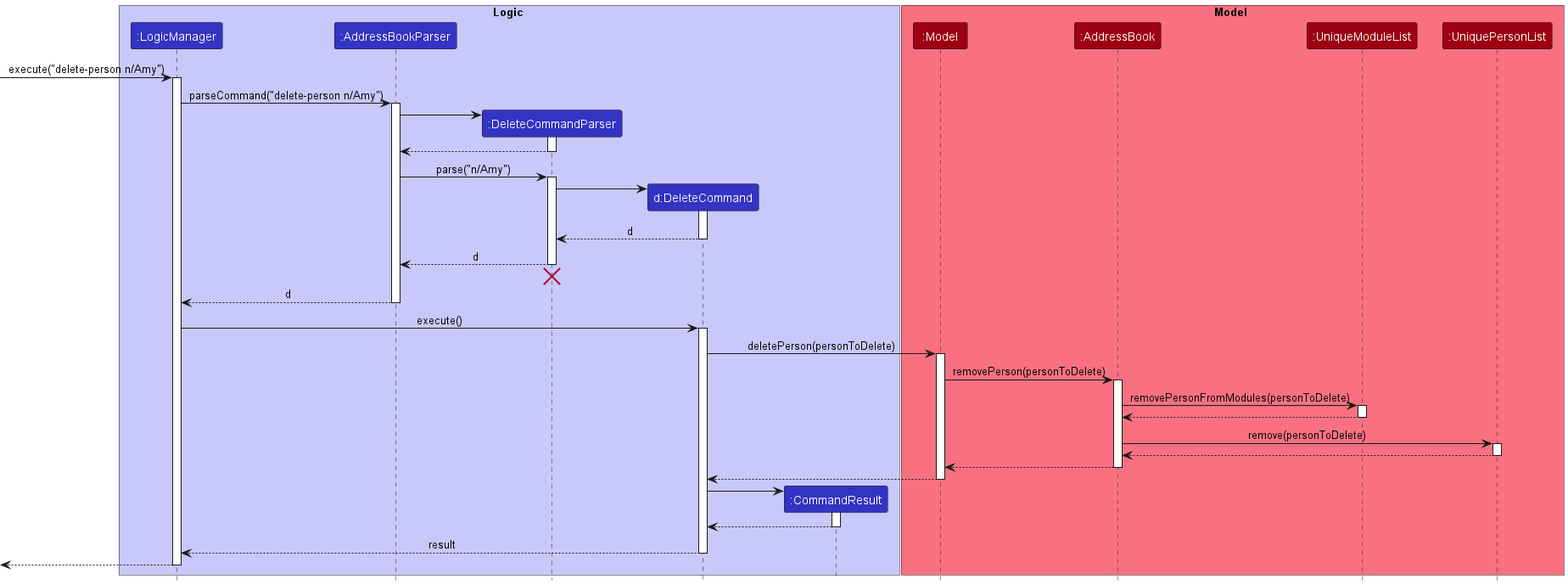
nus-cs2103-AY2223S1/tp keeps this PlantUML diagram as docs/images/DeletePersonSequenceDiagram.png. Above is the earlier version.
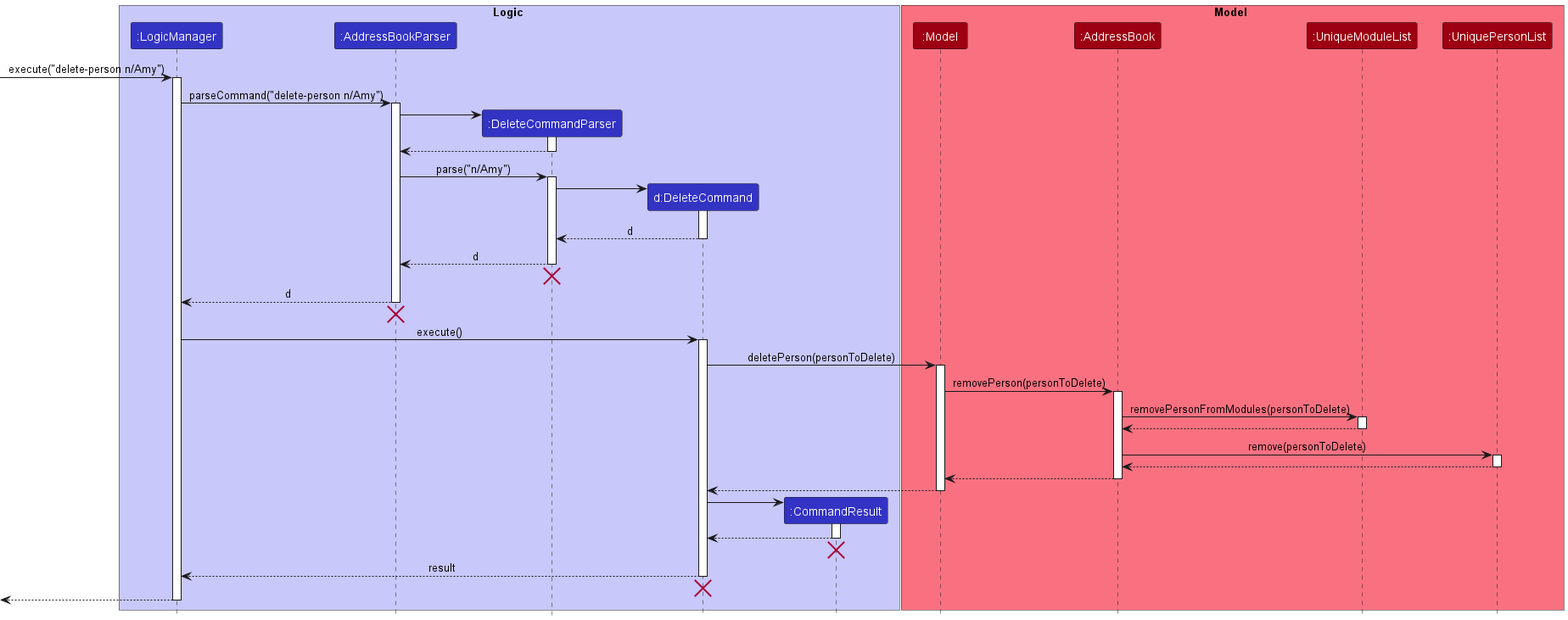
After the commit.

What changed in the source:
```diff
@@ -46,6 +46,8 @@
 
 AddressBookParser --> LogicManager : d
 deactivate AddressBookParser
+AddressBookParser -[hidden]-> LogicManager
+destroy AddressBookParser
 
 LogicManager -> DeleteCommand : execute()
 activate DeleteCommand
@@ -80,9 +82,13 @@
 
 CommandResult --> DeleteCommand
 deactivate CommandResult
+CommandResult -[hidden]-> DeleteCommand
+destroy CommandResult
 
 DeleteCommand --> LogicManager : result
 deactivate DeleteCommand
+DeleteCommand -[hidden]-> LogicManager
+destroy DeleteCommand
 
 [<--LogicManager
 deactivate LogicManager
```
